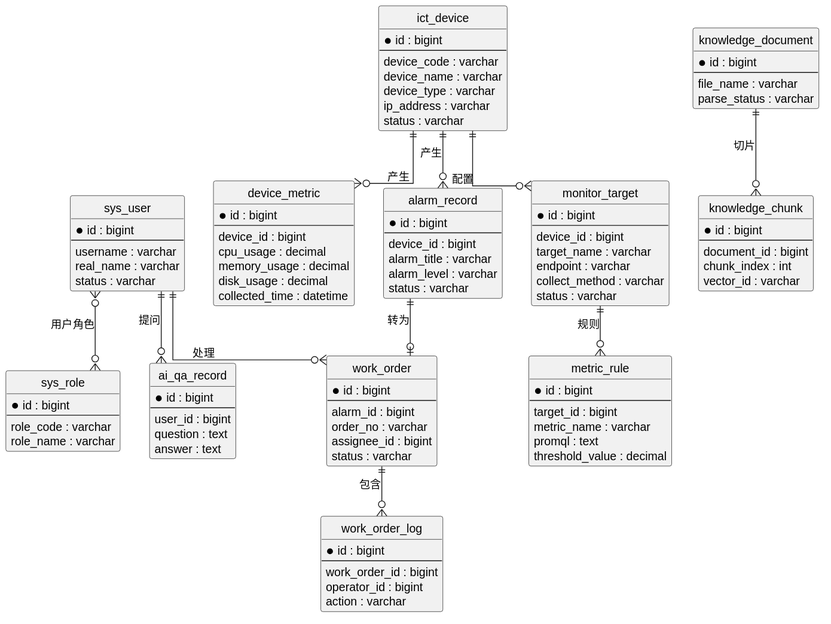
Before: docs/设计图/导出图/SVG/13_ER图.svg, a diagram exported from PlantUML (wrj800/-itc-).
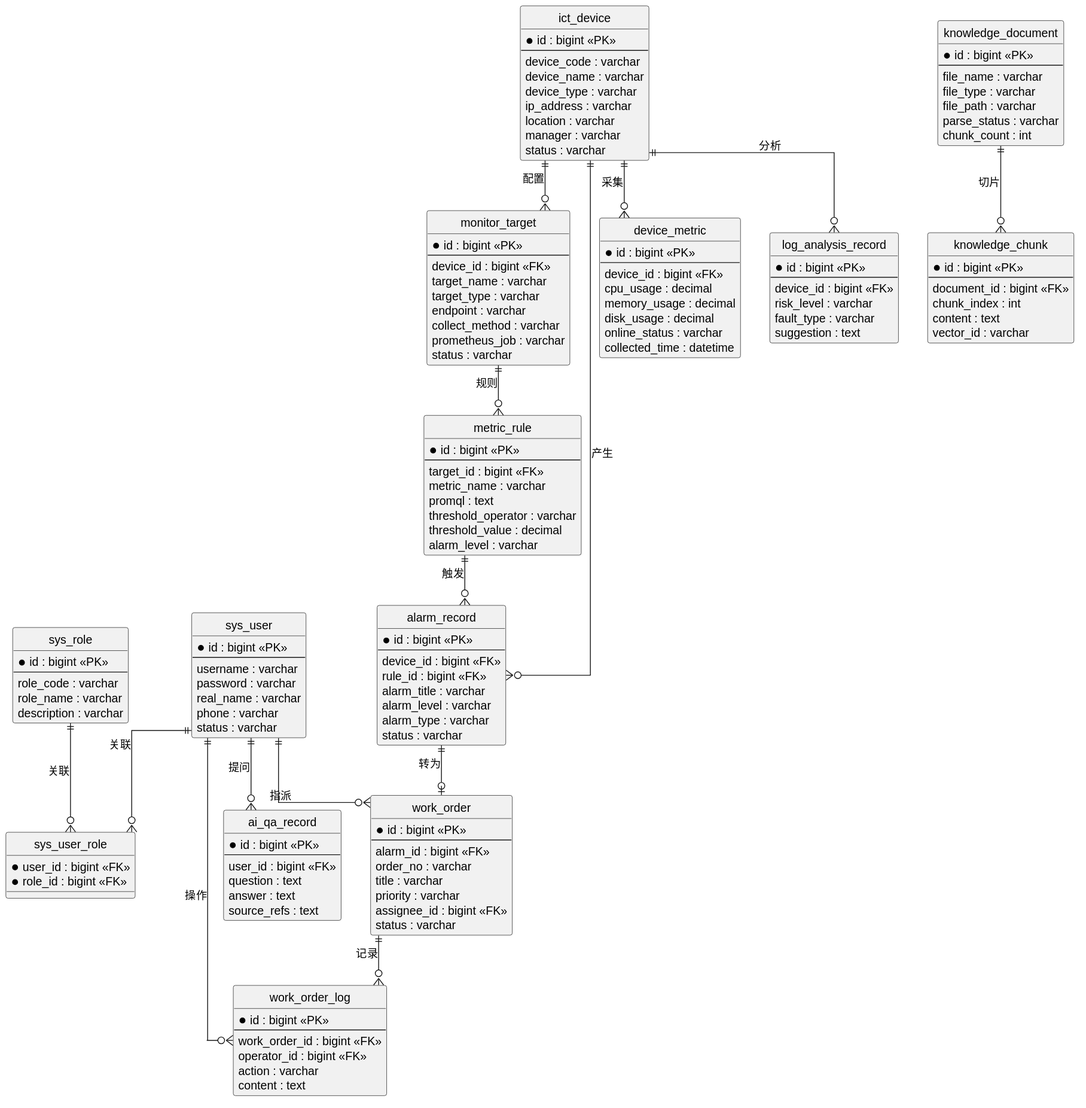
The same diagram one commit later.

Change to the diagram source:
```diff
@@ -3,116 +3,154 @@
 skinparam linetype ortho
 
 entity "sys_user" as user {
-  * id : bigint
+  * id : bigint <<PK>>
   --
   username : varchar
+  password : varchar
   real_name : varchar
+  phone : varchar
   status : varchar
 }
 
 entity "sys_role" as role {
-  * id : bigint
+  * id : bigint <<PK>>
   --
   role_code : varchar
   role_name : varchar
+  description : varchar
+}
+
+entity "sys_user_role" as user_role {
+  * user_id : bigint <<FK>>
+  * role_id : bigint <<FK>>
 }
 
 entity "ict_device" as device {
-  * id : bigint
+  * id : bigint <<PK>>
   --
   device_code : varchar
   device_name : varchar
   device_type : varchar
   ip_address : varchar
+  location : varchar
+  manager : varchar
   status : varchar
 }
 
 entity "monitor_target" as target {
-  * id : bigint
+  * id : bigint <<PK>>
   --
-  device_id : bigint
+  device_id : bigint <<FK>>
   target_name : varchar
+  target_type : varchar
   endpoint : varchar
   collect_method : varchar
+  prometheus_job : varchar
   status : varchar
 }
 
 entity "metric_rule" as rule {
-  * id : bigint
+  * id : bigint <<PK>>
   --
-  target_id : bigint
+  target_id : bigint <<FK>>
   metric_name : varchar
   promql : text
+  threshold_operator : varchar
   threshold_value : decimal
+  alarm_level : varchar
 }
 
 entity "device_metric" as metric {
-  * id : bigint
+  * id : bigint <<PK>>
   --
-  device_id : bigint
+  device_id : bigint <<FK>>
   cpu_usage : decimal
   memory_usage : decimal
   disk_usage : decimal
+  online_status : varchar
   collected_time : datetime
 }
 
 entity "alarm_record" as alarm {
-  * id : bigint
+  * id : bigint <<PK>>
   --
-  device_id : bigint
+  device_id : bigint <<FK>>
+  rule_id : bigint <<FK>>
   alarm_title : varchar
   alarm_level : varchar
+  alarm_type : varchar
   status : varchar
 }
 
 entity "work_order" as ticket {
-  * id : bigint
+  * id : bigint <<PK>>
   --
-  alarm_id : bigint
+  alarm_id : bigint <<FK>>
   order_no : varchar
-  assignee_id : bigint
+  title : varchar
+  priority : varchar
+  assignee_id : bigint <<FK>>
   status : varchar
 }
 
 entity "work_order_log" as ticket_log {
-  * id : bigint
+  * id : bigint <<PK>>
   --
-  work_order_id : bigint
-  operator_id : bigint
+  work_order_id : bigint <<FK>>
+  operator_id : bigint <<FK>>
   action : varchar
+  content : text
+}
+
+entity "log_analysis_record" as log_record {
+  * id : bigint <<PK>>
+  --
+  device_id : bigint <<FK>>
+  risk_level : varchar
+  fault_type : varchar
+  suggestion : text
 }
 
 entity "knowledge_document" as doc {
-  * id : bigint
+  * id : bigint <<PK>>
   --
   file_name : varchar
+  file_type : varchar
+  file_path : varchar
   parse_status : varchar
+  chunk_count : int
 }
 
 entity "knowledge_chunk" as chunk {
-  * id : bigint
+  * id : bigint <<PK>>
   --
-  document_id : bigint
+  document_id : bigint <<FK>>
   chunk_index : int
+  content : text
   vector_id : varchar
 }
 
 entity "ai_qa_record" as qa {
-  * id : bigint
+  * id : bigint <<PK>>
   --
-  user_id : bigint
+  user_id : bigint <<FK>>
   question : text
   answer : text
+  source_refs : text
 }
 
-user }o--o{ role : 用户角色
+user ||--o{ user_role : 关联
+role ||--o{ user_role : 关联
 device ||--o{ target : 配置
 target ||--o{ rule : 规则
-device ||--o{ metric : 产生
+device ||--o{ metric : 采集
 device ||--o{ alarm : 产生
+rule ||--o{ alarm : 触发
 alarm ||--o| ticket : 转为
-ticket ||--o{ ticket_log : 包含
-user ||--o{ ticket : 处理
+user ||--o{ ticket : 指派
+ticket ||--o{ ticket_log : 记录
+user ||--o{ ticket_log : 操作
+device ||--o{ log_record : 分析
 doc ||--o{ chunk : 切片
 user ||--o{ qa : 提问
 @enduml
```
